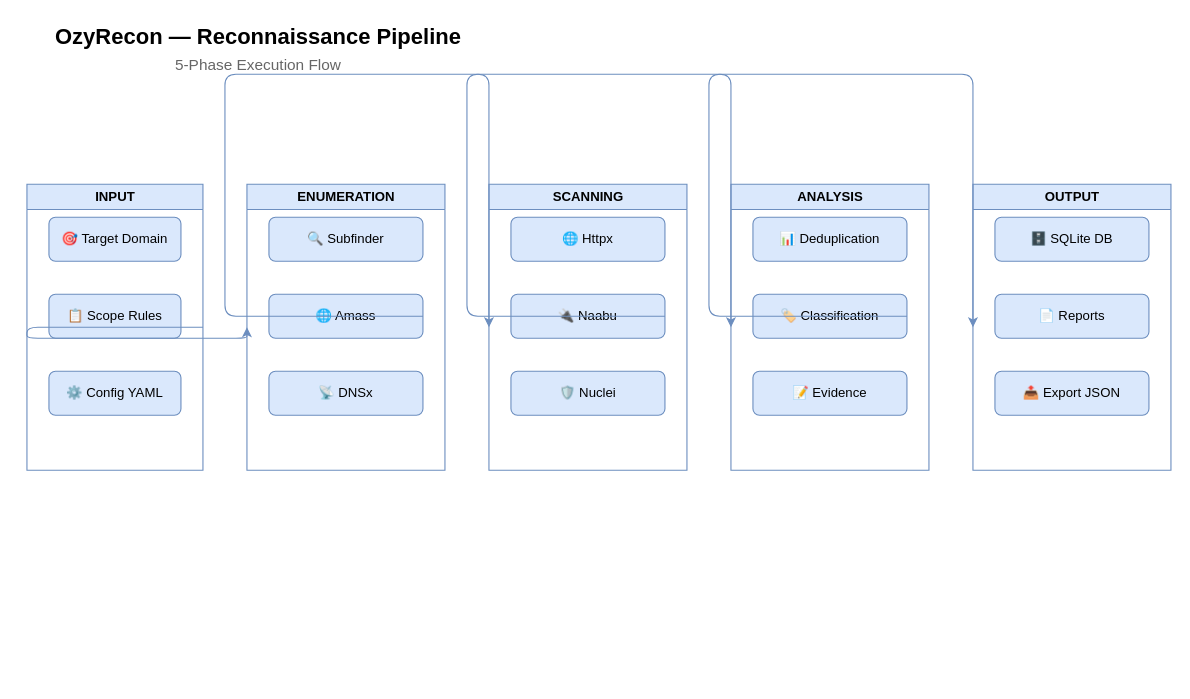
The draw.io diagram docs/diagrams/pipeline-flow.drawio in Haiagari/shinkiro, before the edit. Source tidied: cells renumbered, new cells numbered last; positions are measured from the earlier drawing's top-left corner, leaving out a move shared by most shapes. Both pictures are drawn from the tidied source at 110%, with x=0, y=0 at pixel (26, 19).
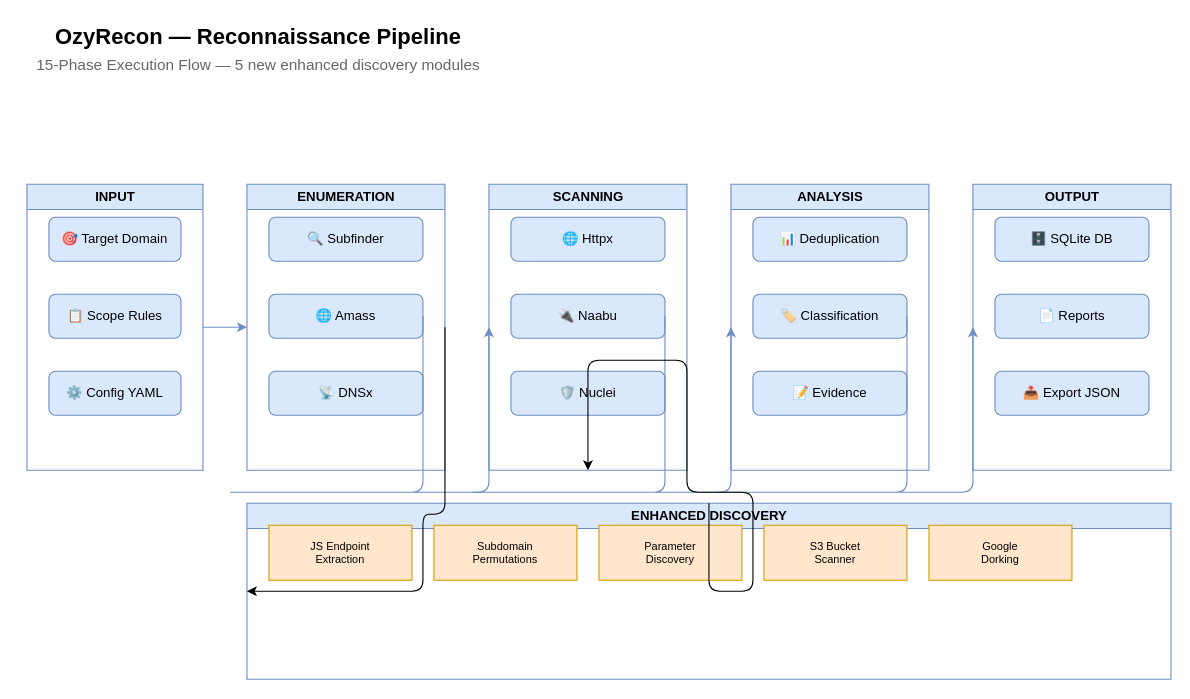
After the change.

Unchanged cells that the change refers to:
```xml
<mxCell id="2" value="INPUT" style="swimlane;startSize=23;fontStyle=1;html=1;fillColor=#dae8fc;strokeColor=#6c8ebf;fontColor=#000000;" parent="1" vertex="1">
  <mxGeometry y="150" width="160" height="260" as="geometry" />
</mxCell>
<mxCell id="6" value="ENUMERATION" style="swimlane;startSize=23;fontStyle=1;html=1;fillColor=#dae8fc;strokeColor=#6c8ebf;fontColor=#000000;" parent="1" vertex="1">
  <mxGeometry x="200" y="150" width="180" height="260" as="geometry" />
</mxCell>
<mxCell id="8" value="🌐 Amass" style="rounded=1;whiteSpace=wrap;html=1;fillColor=#dae8fc;strokeColor=#6c8ebf;fontColor=#000000;" parent="1" vertex="1">
  <mxGeometry x="220" y="250" width="140" height="40" as="geometry" />
</mxCell>
<mxCell id="10" value="SCANNING" style="swimlane;startSize=23;fontStyle=1;html=1;fillColor=#dae8fc;strokeColor=#6c8ebf;fontColor=#000000;" parent="1" vertex="1">
  <mxGeometry x="420" y="150" width="180" height="260" as="geometry" />
</mxCell>
<mxCell id="12" value="🔌 Naabu" style="rounded=1;whiteSpace=wrap;html=1;fillColor=#dae8fc;strokeColor=#6c8ebf;fontColor=#000000;" parent="1" vertex="1">
  <mxGeometry x="440" y="250" width="140" height="40" as="geometry" />
</mxCell>
<mxCell id="14" value="ANALYSIS" style="swimlane;startSize=23;fontStyle=1;html=1;fillColor=#dae8fc;strokeColor=#6c8ebf;fontColor=#000000;" parent="1" vertex="1">
  <mxGeometry x="640" y="150" width="180" height="260" as="geometry" />
</mxCell>
<mxCell id="16" value="🏷️ Classification" style="rounded=1;whiteSpace=wrap;html=1;fillColor=#dae8fc;strokeColor=#6c8ebf;fontColor=#000000;" parent="1" vertex="1">
  <mxGeometry x="660" y="250" width="140" height="40" as="geometry" />
</mxCell>
<mxCell id="18" value="OUTPUT" style="swimlane;startSize=23;fontStyle=1;html=1;fillColor=#dae8fc;strokeColor=#6c8ebf;fontColor=#000000;" parent="1" vertex="1">
  <mxGeometry x="860" y="150" width="180" height="260" as="geometry" />
</mxCell>
```

Change to the diagram source:
```diff
@@
-    <mxCell id="22" style="edgeStyle=orthogonalEdgeStyle;rounded=1;jettySize=auto;html=1;endArrow=classic;fillColor=#dae8fc;strokeColor=#6c8ebf;fontColor=#000000;exitX=1.0;exitY=0.5;exitDx=0;exitDy=0;exitPerimeter=0;entryX=0.0;entryY=0.5;entryDx=0;entryDy=0;entryPerimeter=0;exitX=1.0;exitY=0.5;exitDx=0;exitDy=0;exitPerimeter=0;entryX=0.0;entryY=0.5;entryDx=0;entryDy=0;entryPerimeter=0;" parent="1" edge="1" source="2" target="6">
-      <mxGeometry relative="1" as="geometry">
-        <Array as="points">
-          <mxPoint y="290" />
-          <mxPoint x="200" y="290" />
-        </Array>
-      </mxGeometry>
+    <mxCell id="22" style="edgeStyle=orthogonalEdgeStyle;rounded=1;jettySize=auto;html=1;endArrow=classic;fillColor=#dae8fc;strokeColor=#6c8ebf;fontColor=#000000;exitX=1.0;exitY=0.5;exitDx=0;exitDy=0;exitPerimeter=0;entryX=0.0;entryY=0.5;entryDx=0;entryDy=0;entryPerimeter=0;exitX=1.0;exitY=0.5;exitDx=0;exitDy=0;exitPerimeter=0;entryX=0.0;entryY=0.5;entryDx=0;entryDy=0;entryPerimeter=0;exitX=1.0;exitY=0.5;exitDx=0;exitDy=0;exitPerimeter=0;entryX=0.0;entryY=0.5;entryDx=0;entryDy=0;entryPerimeter=0;" parent="1" edge="1" source="2" target="6">
+      <mxGeometry relative="1" as="geometry" />
     </mxCell>
-    <mxCell id="23" style="edgeStyle=orthogonalEdgeStyle;rounded=1;jettySize=auto;html=1;endArrow=classic;fillColor=#dae8fc;strokeColor=#6c8ebf;fontColor=#000000;exitX=1.0;exitY=0.5;exitDx=0;exitDy=0;exitPerimeter=0;entryX=0.0;entryY=0.5;entryDx=0;entryDy=0;entryPerimeter=0;exitX=1.0;exitY=0.5;exitDx=0;exitDy=0;exitPerimeter=0;entryX=0.0;entryY=0.5;entryDx=0;entryDy=0;entryPerimeter=0;" parent="1" edge="1" source="8" target="10">
+    <mxCell id="23" style="edgeStyle=orthogonalEdgeStyle;rounded=1;jettySize=auto;html=1;endArrow=classic;fillColor=#dae8fc;strokeColor=#6c8ebf;fontColor=#000000;exitX=1.0;exitY=0.5;exitDx=0;exitDy=0;exitPerimeter=0;entryX=0.0;entryY=0.5;entryDx=0;entryDy=0;entryPerimeter=0;exitX=1.0;exitY=0.5;exitDx=0;exitDy=0;exitPerimeter=0;entryX=0.0;entryY=0.5;entryDx=0;entryDy=0;entryPerimeter=0;exitX=1.0;exitY=0.5;exitDx=0;exitDy=0;exitPerimeter=0;entryX=0.0;entryY=0.5;entryDx=0;entryDy=0;entryPerimeter=0;" parent="1" edge="1" source="8" target="10">
       <mxGeometry relative="1" as="geometry">
         <Array as="points">
-          <mxPoint x="180" y="50" />
-          <mxPoint x="420" y="50" />
+          <mxPoint x="180" y="430" />
+          <mxPoint x="420" y="430" />
+          <mxPoint x="420" y="310" />
         </Array>
       </mxGeometry>
     </mxCell>
-    <mxCell id="24" style="edgeStyle=orthogonalEdgeStyle;rounded=1;jettySize=auto;html=1;endArrow=classic;fillColor=#dae8fc;strokeColor=#6c8ebf;fontColor=#000000;exitX=1.0;exitY=0.5;exitDx=0;exitDy=0;exitPerimeter=0;entryX=0.0;entryY=0.5;entryDx=0;entryDy=0;entryPerimeter=0;exitX=1.0;exitY=0.5;exitDx=0;exitDy=0;exitPerimeter=0;entryX=0.0;entryY=0.5;entryDx=0;entryDy=0;entryPerimeter=0;" parent="1" edge="1" source="12" target="14">
+    <mxCell id="24" style="edgeStyle=orthogonalEdgeStyle;rounded=1;jettySize=auto;html=1;endArrow=classic;fillColor=#dae8fc;strokeColor=#6c8ebf;fontColor=#000000;exitX=1.0;exitY=0.5;exitDx=0;exitDy=0;exitPerimeter=0;entryX=0.0;entryY=0.5;entryDx=0;entryDy=0;entryPerimeter=0;exitX=1.0;exitY=0.5;exitDx=0;exitDy=0;exitPerimeter=0;entryX=0.0;entryY=0.5;entryDx=0;entryDy=0;entryPerimeter=0;exitX=1.0;exitY=0.5;exitDx=0;exitDy=0;exitPerimeter=0;entryX=0.0;entryY=0.5;entryDx=0;entryDy=0;entryPerimeter=0;" parent="1" edge="1" source="12" target="14">
       <mxGeometry relative="1" as="geometry">
         <Array as="points">
-          <mxPoint x="400" y="50" />
-          <mxPoint x="640" y="50" />
+          <mxPoint x="400" y="430" />
+          <mxPoint x="640" y="430" />
+          <mxPoint x="640" y="310" />
         </Array>
       </mxGeometry>
     </mxCell>
-    <mxCell id="25" style="edgeStyle=orthogonalEdgeStyle;rounded=1;jettySize=auto;html=1;endArrow=classic;fillColor=#dae8fc;strokeColor=#6c8ebf;fontColor=#000000;exitX=1.0;exitY=0.5;exitDx=0;exitDy=0;exitPerimeter=0;entryX=0.0;entryY=0.5;entryDx=0;entryDy=0;entryPerimeter=0;exitX=1.0;exitY=0.5;exitDx=0;exitDy=0;exitPerimeter=0;entryX=0.0;entryY=0.5;entryDx=0;entryDy=0;entryPerimeter=0;" parent="1" edge="1" source="16" target="18">
+    <mxCell id="25" style="edgeStyle=orthogonalEdgeStyle;rounded=1;jettySize=auto;html=1;endArrow=classic;fillColor=#dae8fc;strokeColor=#6c8ebf;fontColor=#000000;exitX=1.0;exitY=0.5;exitDx=0;exitDy=0;exitPerimeter=0;entryX=0.0;entryY=0.5;entryDx=0;entryDy=0;entryPerimeter=0;exitX=1.0;exitY=0.5;exitDx=0;exitDy=0;exitPerimeter=0;entryX=0.0;entryY=0.5;entryDx=0;entryDy=0;entryPerimeter=0;exitX=1.0;exitY=0.5;exitDx=0;exitDy=0;exitPerimeter=0;entryX=0.0;entryY=0.5;entryDx=0;entryDy=0;entryPerimeter=0;" parent="1" edge="1" source="16" target="18">
       <mxGeometry relative="1" as="geometry">
         <Array as="points">
-          <mxPoint x="620" y="50" />
-          <mxPoint x="860" y="50" />
+          <mxPoint x="620" y="430" />
+          <mxPoint x="860" y="430" />
+          <mxPoint x="860" y="310" />
         </Array>
       </mxGeometry>
     </mxCell>
@@
-    <mxCell id="27" value="5-Phase Execution Flow" style="text;html=1;align=center;verticalAlign=middle;strokeColor=none;fillColor=none;fontSize=14;fontColor=#666666;" parent="1" vertex="1">
+    <mxCell id="27" value="15-Phase Execution Flow — 5 new enhanced discovery modules" style="text;html=1;align=center;verticalAlign=middle;strokeColor=none;fillColor=none;fontSize=14;fontColor=#666666;" parent="1" vertex="1">
       <mxGeometry x="10" y="32" width="400" height="20" as="geometry" />
     </mxCell>
+    <mxCell id="28" value="ENHANCED DISCOVERY" style="swimlane;startSize=23;fontStyle=1;html=1;fillColor=#dae8fc;strokeColor=#6c8ebf;" parent="1" vertex="1">
+      <mxGeometry x="200" y="440" width="840" height="160" as="geometry" />
+    </mxCell>
+    <mxCell id="29" value="JS Endpoint&#10;Extraction" style="fillColor=#ffe6cc;strokeColor=#d79b00;fontSize=10;" parent="1" vertex="1">
+      <mxGeometry x="220" y="460" width="130" height="50" as="geometry" />
+    </mxCell>
+    <mxCell id="30" value="Subdomain&#10;Permutations" style="fillColor=#ffe6cc;strokeColor=#d79b00;fontSize=10;" parent="1" vertex="1">
+      <mxGeometry x="370" y="460" width="130" height="50" as="geometry" />
+    </mxCell>
+    <mxCell id="31" value="Parameter&#10;Discovery" style="fillColor=#ffe6cc;strokeColor=#d79b00;fontSize=10;" parent="1" vertex="1">
+      <mxGeometry x="520" y="460" width="130" height="50" as="geometry" />
+    </mxCell>
+    <mxCell id="32" value="S3 Bucket&#10;Scanner" style="fillColor=#ffe6cc;strokeColor=#d79b00;fontSize=10;" parent="1" vertex="1">
+      <mxGeometry x="670" y="460" width="130" height="50" as="geometry" />
+    </mxCell>
+    <mxCell id="33" value="Google&#10;Dorking" style="fillColor=#ffe6cc;strokeColor=#d79b00;fontSize=10;" parent="1" vertex="1">
+      <mxGeometry x="820" y="460" width="130" height="50" as="geometry" />
+    </mxCell>
+    <mxCell id="34" style="edgeStyle=orthogonalEdgeStyle;rounded=1;jettySize=auto;html=1;endArrow=classic;exitX=1.0;exitY=0.5;exitDx=0;exitDy=0;exitPerimeter=0;entryX=0.0;entryY=0.5;entryDx=0;entryDy=0;entryPerimeter=0;" parent="1" edge="1" source="6" target="28">
+      <mxGeometry relative="1" as="geometry">
+        <Array as="points">
+          <mxPoint x="380" y="310" />
+          <mxPoint x="380" y="450" />
+          <mxPoint x="360" y="450" />
+          <mxPoint x="360" y="520" />
+        </Array>
+      </mxGeometry>
+    </mxCell>
+    <mxCell id="35" style="edgeStyle=orthogonalEdgeStyle;rounded=1;jettySize=auto;html=1;endArrow=classic;exitX=0.5;exitY=0.0;exitDx=0;exitDy=0;exitPerimeter=0;entryX=0.5;entryY=1.0;entryDx=0;entryDy=0;entryPerimeter=0;" parent="1" edge="1" source="28" target="10">
+      <mxGeometry relative="1" as="geometry">
+        <Array as="points">
+          <mxPoint x="660" y="520" />
+          <mxPoint x="660" y="430" />
+          <mxPoint x="600" y="430" />
+          <mxPoint x="600" y="310" />
+        </Array>
+      </mxGeometry>
+    </mxCell>
```
